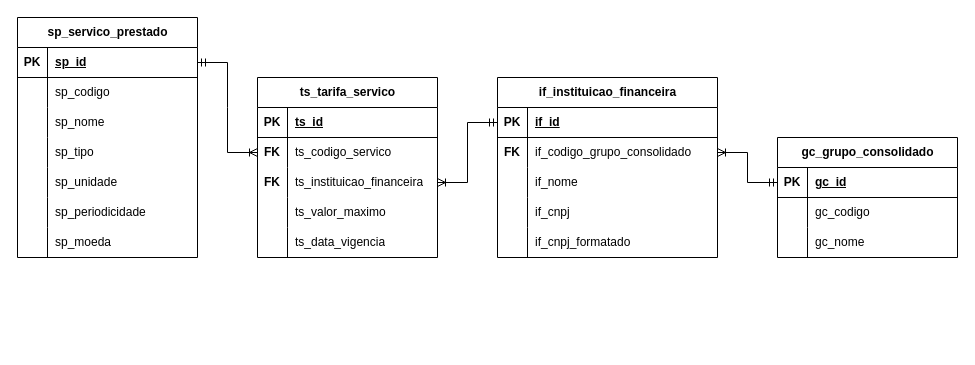
Earlier version of the draw.io diagram docs/Untitled Diagram.drawio (cluster-8/eFinance). Source tidied: cells renumbered, new cells numbered last; positions are measured from the earlier drawing's top-left corner, leaving out a move shared by most shapes. Both pictures are drawn from the tidied source at 100%, with x=0, y=0 at pixel (17, 17).
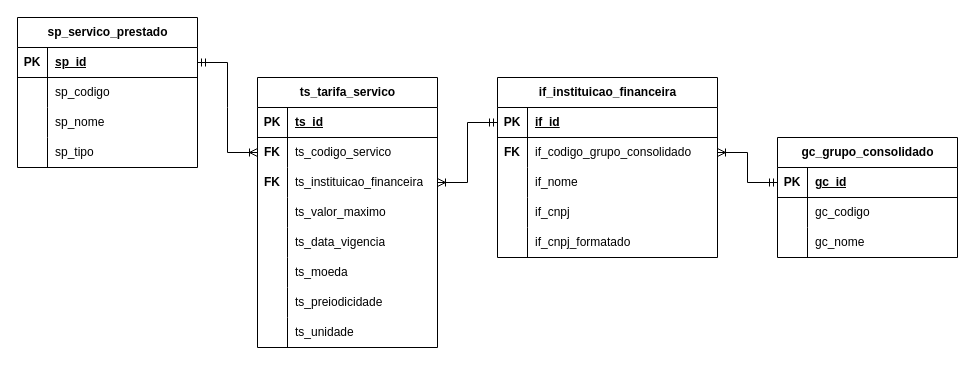
The same page after the edit.

What changed in the source:
```diff
@@
     <mxCell id="12" value="sp_servico_prestado" style="shape=table;startSize=30;childLayout=tableLayout;rowLines=0;fontStyle=1;align=center;html=1;" parent="1" vertex="1">
-      <mxGeometry width="180" height="240" as="geometry" />
+      <mxGeometry width="180" height="150" as="geometry" />
     </mxCell>
@@
-    <mxCell id="25" style="shape=tableRow;horizontal=0;startSize=0;swimlaneHead=0;swimlaneBody=0;fillColor=none;top=0;left=0;right=0;bottom=0;" parent="12" vertex="1">
-      <mxGeometry y="150" width="180" height="30" as="geometry" />
-    </mxCell>
-    <mxCell id="26" style="shape=partialRectangle;fillColor=none;top=0;left=0;bottom=0;right=0;overflow=hidden;whiteSpace=wrap;html=1;" parent="25" vertex="1">
-      <mxGeometry width="30" height="30" as="geometry" />
-    </mxCell>
-    <mxCell id="27" value="sp_unidade" style="shape=partialRectangle;fillColor=none;top=0;left=0;bottom=0;right=0;align=left;spacingLeft=6;overflow=hidden;whiteSpace=wrap;html=1;" parent="25" vertex="1">
-      <mxGeometry x="30" width="150" height="30" as="geometry" />
-    </mxCell>
-    <mxCell id="28" style="shape=tableRow;horizontal=0;startSize=0;swimlaneHead=0;swimlaneBody=0;fillColor=none;top=0;left=0;right=0;bottom=0;" parent="12" vertex="1">
-      <mxGeometry y="180" width="180" height="30" as="geometry" />
-    </mxCell>
-    <mxCell id="29" style="shape=partialRectangle;fillColor=none;top=0;left=0;bottom=0;right=0;overflow=hidden;whiteSpace=wrap;html=1;" parent="28" vertex="1">
-      <mxGeometry width="30" height="30" as="geometry" />
-    </mxCell>
-    <mxCell id="30" value="sp_periodicidade" style="shape=partialRectangle;fillColor=none;top=0;left=0;bottom=0;right=0;align=left;spacingLeft=6;overflow=hidden;whiteSpace=wrap;html=1;" parent="28" vertex="1">
-      <mxGeometry x="30" width="150" height="30" as="geometry" />
-    </mxCell>
-    <mxCell id="31" style="shape=tableRow;horizontal=0;startSize=0;swimlaneHead=0;swimlaneBody=0;fillColor=none;top=0;left=0;right=0;bottom=0;" parent="12" vertex="1">
-      <mxGeometry y="210" width="180" height="30" as="geometry" />
-    </mxCell>
-    <mxCell id="32" style="shape=partialRectangle;fillColor=none;top=0;left=0;bottom=0;right=0;overflow=hidden;whiteSpace=wrap;html=1;" parent="31" vertex="1">
-      <mxGeometry width="30" height="30" as="geometry" />
-    </mxCell>
-    <mxCell id="33" value="sp_moeda" style="shape=partialRectangle;fillColor=none;top=0;left=0;bottom=0;right=0;align=left;spacingLeft=6;overflow=hidden;whiteSpace=wrap;html=1;" parent="31" vertex="1">
-      <mxGeometry x="30" width="150" height="30" as="geometry" />
-    </mxCell>
@@
     <mxCell id="50" value="ts_tarifa_servico" style="shape=table;startSize=30;childLayout=tableLayout;rowLines=0;fontStyle=1;align=center;html=1;" parent="1" vertex="1">
-      <mxGeometry x="240" y="60" width="180" height="180" as="geometry" />
+      <mxGeometry x="240" y="60" width="180" height="270" as="geometry" />
     </mxCell>
@@
+    <mxCell id="28" style="shape=tableRow;horizontal=0;startSize=0;swimlaneHead=0;swimlaneBody=0;fillColor=none;top=0;left=0;right=0;bottom=0;" parent="50" vertex="1">
+      <mxGeometry y="180" width="180" height="30" as="geometry" />
+    </mxCell>
+    <mxCell id="69" style="shape=partialRectangle;fillColor=none;top=0;left=0;bottom=0;right=0;overflow=hidden;whiteSpace=wrap;html=1;" parent="28" vertex="1">
+      <mxGeometry width="30" height="30" as="geometry" />
+    </mxCell>
+    <mxCell id="70" value="ts_moeda" style="shape=partialRectangle;fillColor=none;top=0;left=0;bottom=0;right=0;align=left;spacingLeft=6;overflow=hidden;whiteSpace=wrap;html=1;" parent="28" vertex="1">
+      <mxGeometry x="30" width="150" height="30" as="geometry" />
+    </mxCell>
+    <mxCell id="31" style="shape=tableRow;horizontal=0;startSize=0;swimlaneHead=0;swimlaneBody=0;fillColor=none;top=0;left=0;right=0;bottom=0;" parent="50" vertex="1">
+      <mxGeometry y="210" width="180" height="30" as="geometry" />
+    </mxCell>
+    <mxCell id="71" style="shape=partialRectangle;fillColor=none;top=0;left=0;bottom=0;right=0;overflow=hidden;whiteSpace=wrap;html=1;" parent="31" vertex="1">
+      <mxGeometry width="30" height="30" as="geometry" />
+    </mxCell>
+    <mxCell id="72" value="ts_preiodicidade" style="shape=partialRectangle;fillColor=none;top=0;left=0;bottom=0;right=0;align=left;spacingLeft=6;overflow=hidden;whiteSpace=wrap;html=1;" parent="31" vertex="1">
+      <mxGeometry x="30" width="150" height="30" as="geometry" />
+    </mxCell>
+    <mxCell id="73" style="shape=tableRow;horizontal=0;startSize=0;swimlaneHead=0;swimlaneBody=0;fillColor=none;top=0;left=0;right=0;bottom=0;" parent="50" vertex="1">
+      <mxGeometry y="240" width="180" height="30" as="geometry" />
+    </mxCell>
+    <mxCell id="74" style="shape=partialRectangle;fillColor=none;top=0;left=0;bottom=0;right=0;overflow=hidden;whiteSpace=wrap;html=1;" parent="73" vertex="1">
+      <mxGeometry width="30" height="30" as="geometry" />
+    </mxCell>
+    <mxCell id="75" value="ts_unidade" style="shape=partialRectangle;fillColor=none;top=0;left=0;bottom=0;right=0;align=left;spacingLeft=6;overflow=hidden;whiteSpace=wrap;html=1;" parent="73" vertex="1">
+      <mxGeometry x="30" width="150" height="30" as="geometry" />
+    </mxCell>
```
